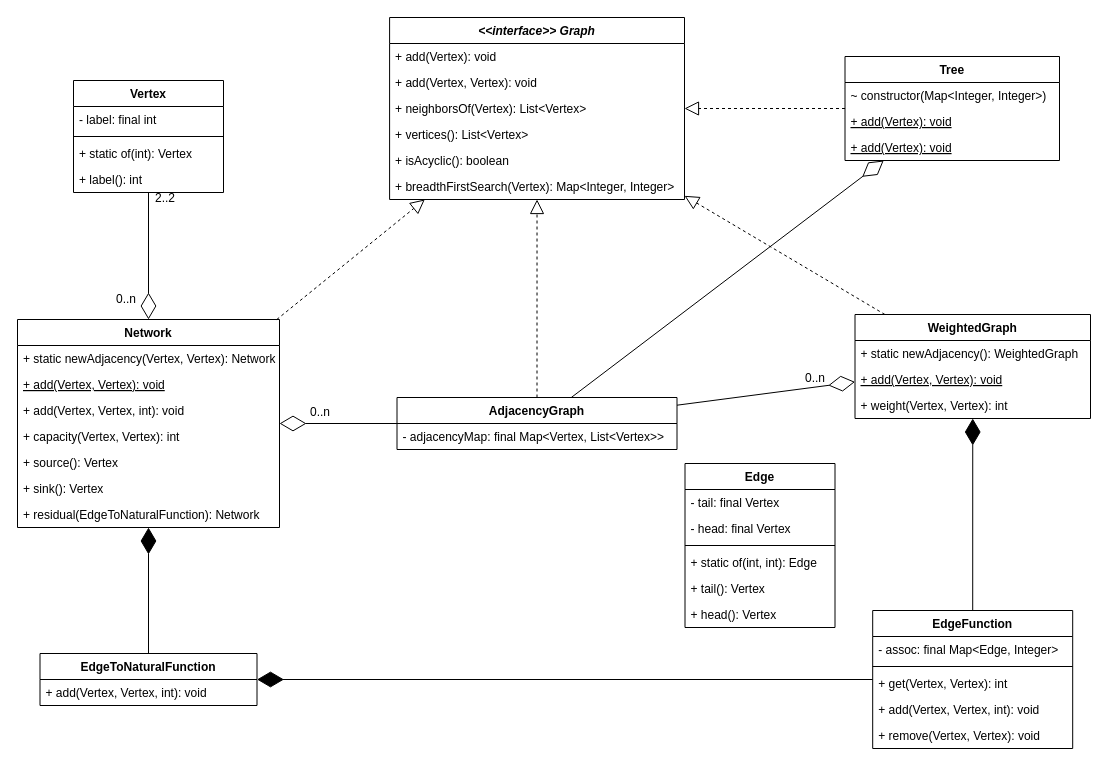
Before: docs/graph.drawio in mgmu/jraf, a draw.io diagram. Source tidied: cells renumbered, new cells numbered last; positions are measured from the earlier drawing's top-left corner, leaving out a move shared by most shapes. Both pictures are drawn from the tidied source at 100%, with x=0, y=0 at pixel (17, 17).
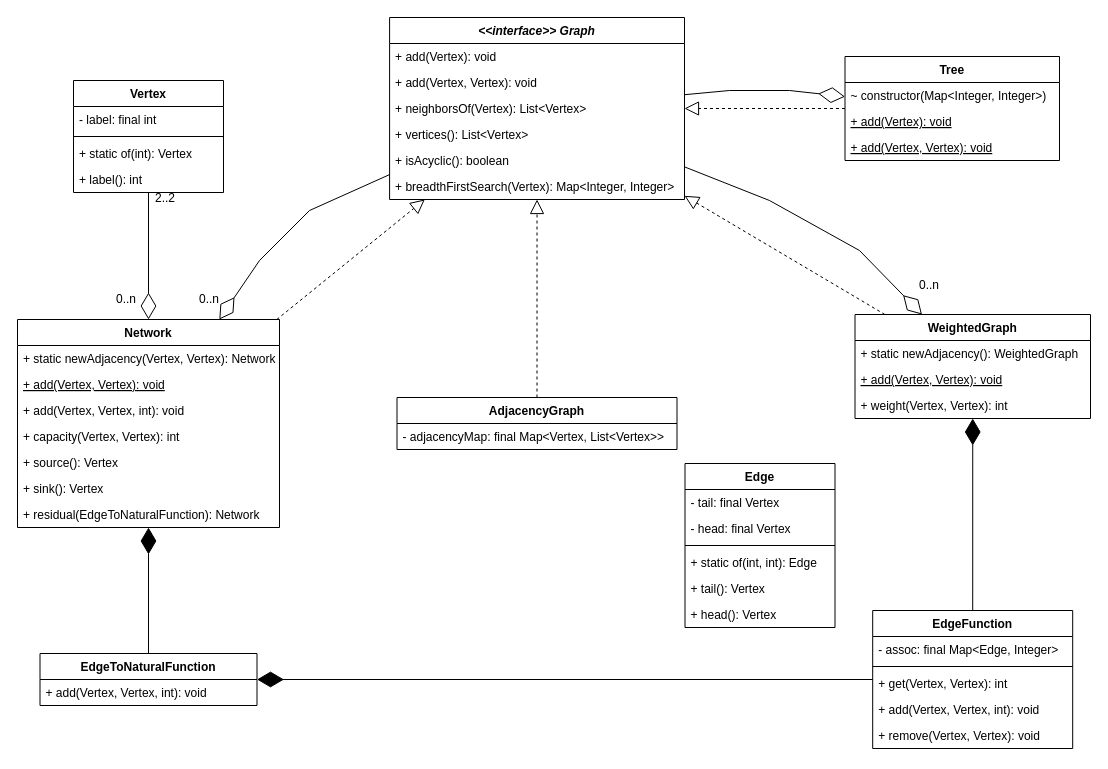
The same page after the edit.

Unchanged cells that the change refers to:
```xml
<mxCell id="2" value="&lt;&lt;interface&gt;&gt; Graph" style="swimlane;fontStyle=3;align=center;verticalAlign=top;horizontal=1;startSize=26;" parent="1" vertex="1">
  <mxGeometry x="372.1" width="294.9" height="182" as="geometry" />
</mxCell>
<mxCell id="9" value="AdjacencyGraph" style="swimlane;fontStyle=1;align=center;verticalAlign=top;horizontal=1;startSize=26;" parent="1" vertex="1">
  <mxGeometry x="379.5" y="380" width="280" height="52" as="geometry" />
</mxCell>
<mxCell id="23" value="WeightedGraph" style="swimlane;fontStyle=1;align=center;verticalAlign=top;horizontal=1;startSize=26;" parent="1" vertex="1">
  <mxGeometry x="837.5" y="297" width="235.5" height="104" as="geometry" />
</mxCell>
<mxCell id="37" value="Network" style="swimlane;fontStyle=1;align=center;verticalAlign=top;horizontal=1;startSize=26;" parent="1" vertex="1">
  <mxGeometry y="302" width="262" height="208" as="geometry" />
</mxCell>
<mxCell id="56" value="Tree" style="swimlane;fontStyle=1;align=center;verticalAlign=top;horizontal=1;startSize=26;" parent="1" vertex="1">
  <mxGeometry x="827.5" y="39" width="214.5" height="104" as="geometry" />
</mxCell>
```

The edit, as a diff of the source:
```diff
@@
-    <mxCell id="27" style="endArrow=diamondThin;endFill=0;endSize=24;html=1;rounded=0;" parent="1" edge="1" source="9" target="23">
-      <mxGeometry relative="1" as="geometry" />
+    <mxCell id="27" style="endArrow=diamondThin;endFill=0;endSize=24;html=1;rounded=0;" parent="1" edge="1" source="2" target="23">
+      <mxGeometry relative="1" as="geometry">
+        <Array as="points">
+          <mxPoint x="752" y="183" />
+          <mxPoint x="842" y="233" />
+        </Array>
+      </mxGeometry>
     </mxCell>
     <mxCell id="28" value="0..n" style="text;html=1;strokeColor=none;fillColor=none;align=center;verticalAlign=middle;whiteSpace=wrap;rounded=0;" parent="1" vertex="1">
-      <mxGeometry x="767.5" y="346" width="60" height="30" as="geometry" />
+      <mxGeometry x="882" y="253" width="60" height="30" as="geometry" />
     </mxCell>
@@
-    <mxCell id="45" style="endArrow=diamondThin;endFill=0;endSize=24;html=1;rounded=0;" parent="1" edge="1" source="9" target="37">
-      <mxGeometry relative="1" as="geometry" />
+    <mxCell id="45" style="endArrow=diamondThin;endFill=0;endSize=24;html=1;rounded=0;" parent="1" edge="1" source="2" target="37">
+      <mxGeometry relative="1" as="geometry">
+        <Array as="points">
+          <mxPoint x="292" y="193" />
+          <mxPoint x="242" y="243" />
+        </Array>
+      </mxGeometry>
     </mxCell>
     <mxCell id="46" value="0..n" style="text;html=1;strokeColor=none;fillColor=none;align=center;verticalAlign=middle;whiteSpace=wrap;rounded=0;" parent="1" vertex="1">
-      <mxGeometry x="272.5" y="380" width="60" height="30" as="geometry" />
+      <mxGeometry x="162" y="267" width="60" height="30" as="geometry" />
     </mxCell>
@@
-    <mxCell id="59" value="+ add(Vertex): void" style="text;strokeColor=none;fillColor=none;align=left;verticalAlign=top;spacingLeft=4;spacingRight=4;overflow=hidden;fontStyle=4;" parent="56" vertex="1">
+    <mxCell id="59" value="+ add(Vertex, Vertex): void" style="text;strokeColor=none;fillColor=none;align=left;verticalAlign=top;spacingLeft=4;spacingRight=4;overflow=hidden;fontStyle=4;" parent="56" vertex="1">
       <mxGeometry y="78" width="214.5" height="26" as="geometry" />
     </mxCell>
@@
-    <mxCell id="61" style="endArrow=diamondThin;endFill=0;endSize=24;html=1;rounded=0;" parent="1" edge="1" source="9" target="56">
-      <mxGeometry relative="1" as="geometry" />
+    <mxCell id="61" style="endArrow=diamondThin;endFill=0;endSize=24;html=1;rounded=0;" parent="1" edge="1" source="2" target="56">
+      <mxGeometry relative="1" as="geometry">
+        <Array as="points">
+          <mxPoint x="712" y="73" />
+          <mxPoint x="772" y="73" />
+        </Array>
+      </mxGeometry>
     </mxCell>
```
